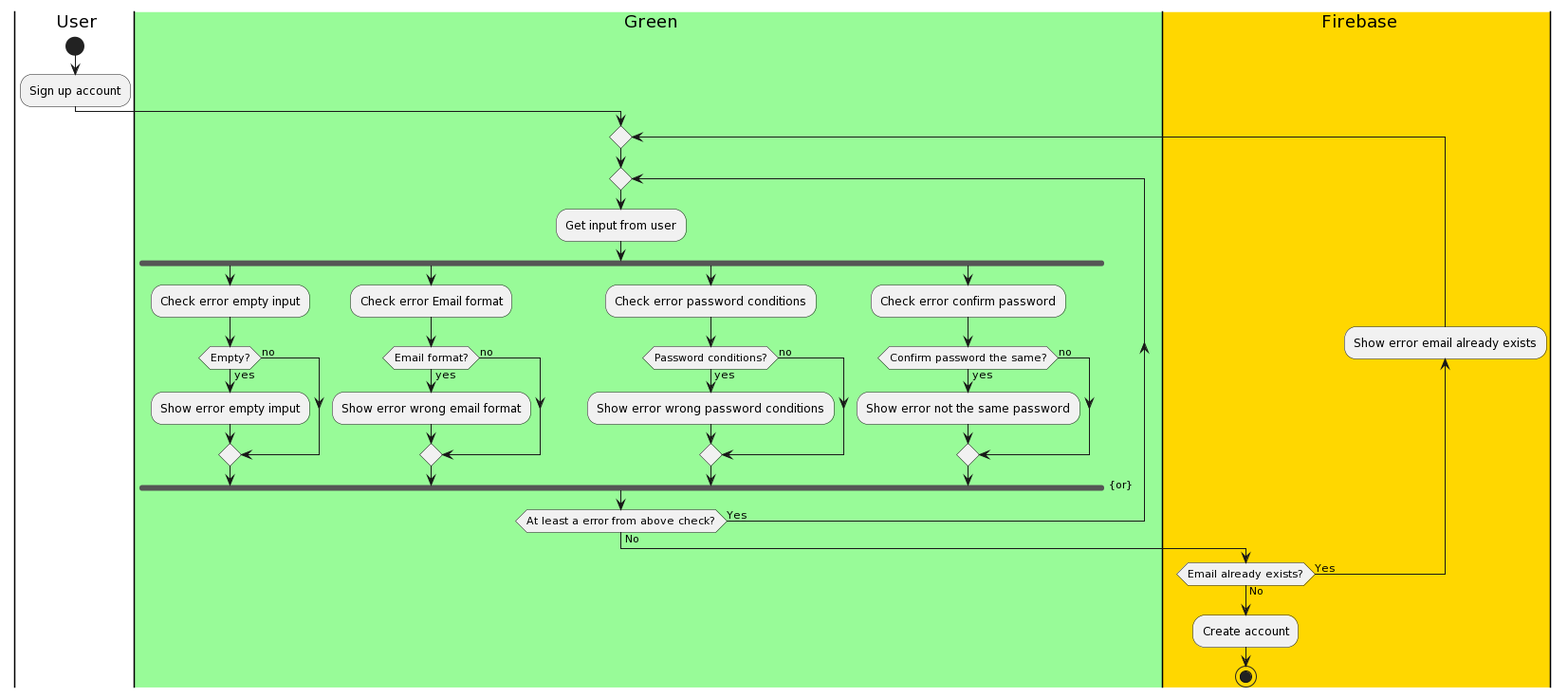
This is Document/Diagram/sign_up_activity.png from ngngoctung/plant_app, a PlantUML export, as it was before one commit.
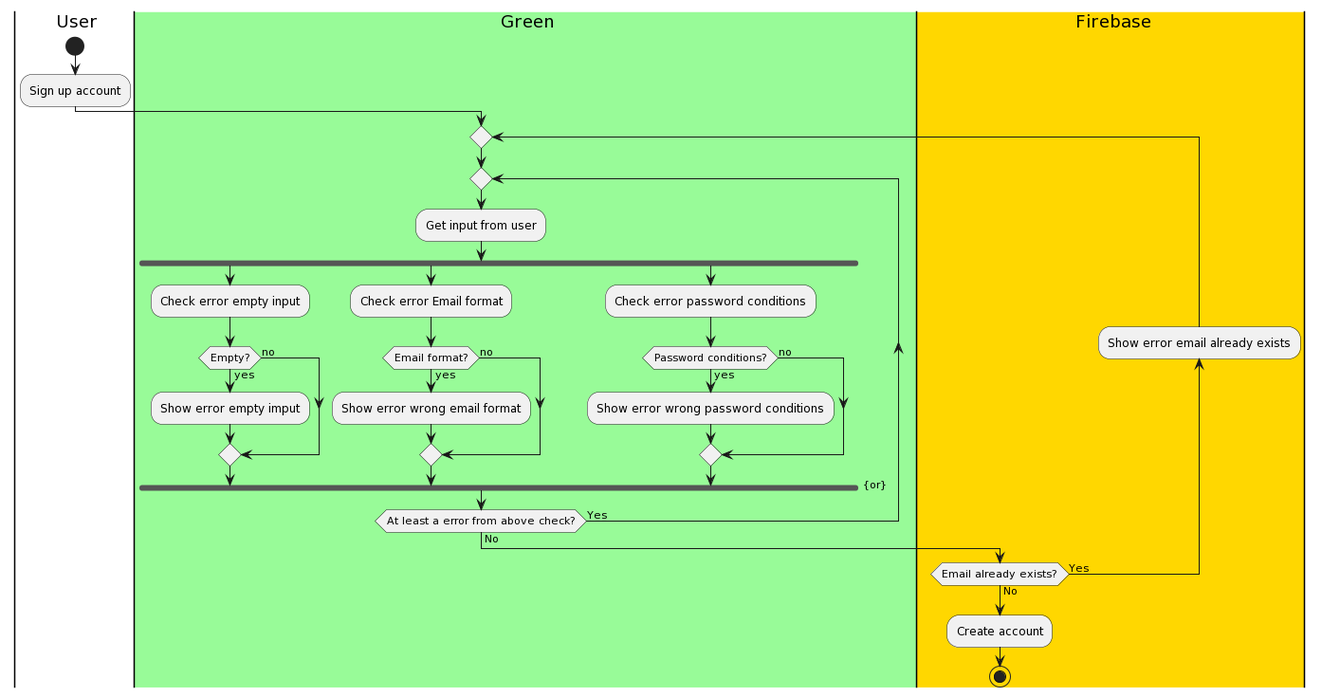
Above is the later version.

Commit message:
update: refactor signup_activity diagram

Diff of the diagram source:
```diff
@@ -27,12 +27,6 @@
     :Show error wrong password conditions;
   else (no)
   endif
-fork again
-  :Check error confirm password;
-  if (Confirm password the same?) then (yes)
-    :Show error not the same password;
-  else (no)
-  endif
 end fork {or}
 repeat while (At least a error from above check?) is (Yes) not (No)
 |firebase|
```
